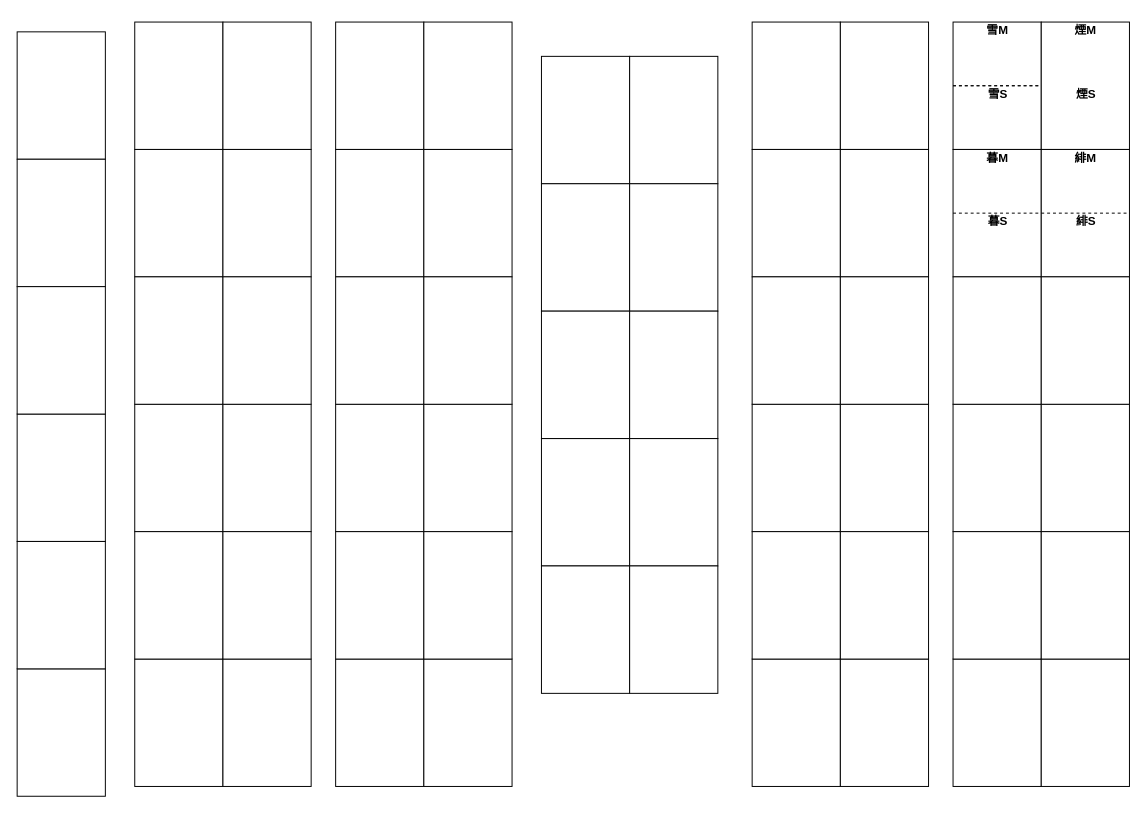
a0917785517/floorplan keeps this draw.io diagram as page "第3頁" (3 of 3) of 8樓倉庫平面圖.drawio. Above is the earlier version. Source tidied: cells renumbered, new cells numbered last; positions are measured from the earlier drawing's top-left corner, leaving out a move shared by most shapes. Both pictures are drawn from the tidied source at 98%, with x=0, y=0 at pixel (-3, 17).
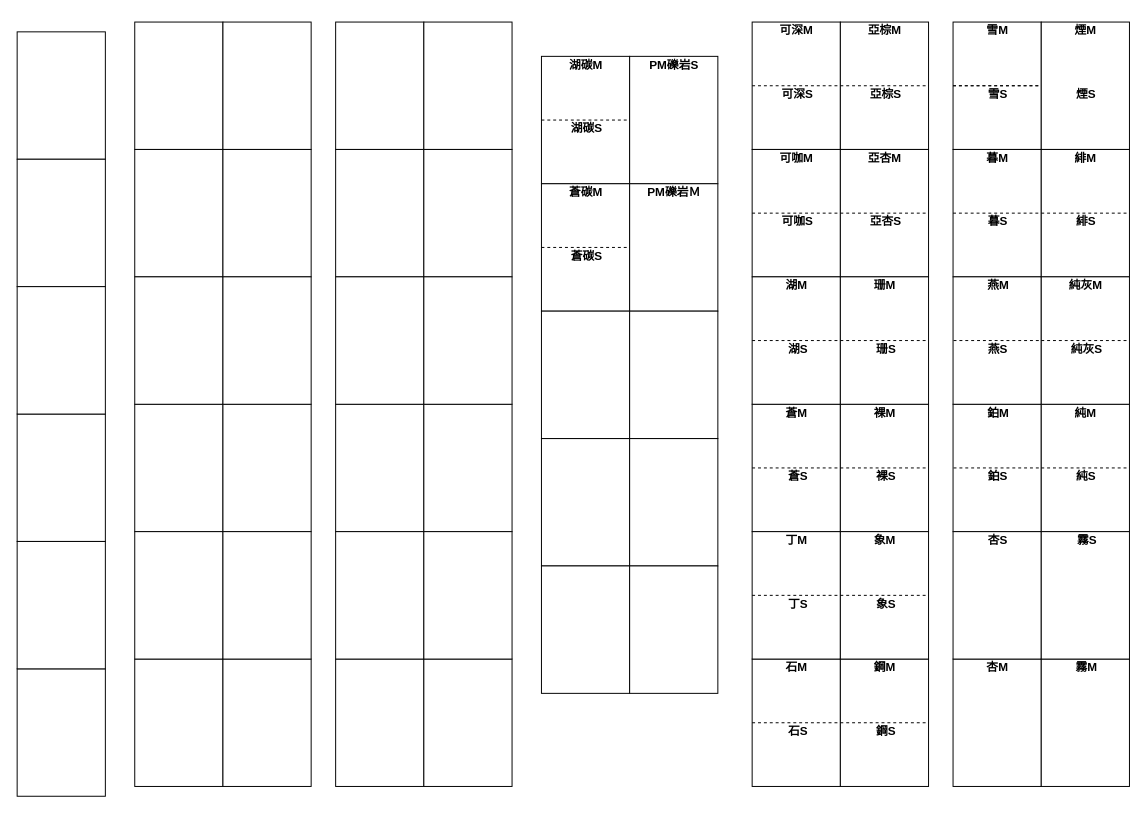
The same diagram, later.

Commit message (it also covers changes not shown here):
8樓倉庫平面圖.drawio

Change to the diagram source:
```diff
@@
+    <mxCell id="78" style="endArrow=none;html=1;rounded=0;entryX=0.5;entryY=1;entryDx=0;entryDy=0;exitX=0.5;exitY=1;exitDx=0;exitDy=0;dashed=1;" parent="1" edge="1">
+      <mxGeometry relative="1" as="geometry">
+        <mxPoint x="1065" y="330" as="sourcePoint" />
+        <mxPoint x="1155" y="330" as="targetPoint" />
+      </mxGeometry>
+    </mxCell>
+    <mxCell id="79" value="&lt;div style=&quot;font-family: &amp;quot;Microsoft JhengHei&amp;quot;;&quot;&gt;&lt;b&gt;純灰M&lt;/b&gt;&lt;/div&gt;" style="text;html=1;whiteSpace=wrap;strokeColor=none;fillColor=none;align=center;verticalAlign=top;rounded=0;" parent="1" vertex="1">
+      <mxGeometry x="1083" y="260" width="55" height="30" as="geometry" />
+    </mxCell>
+    <mxCell id="80" value="&lt;div style=&quot;font-family: &amp;quot;Microsoft JhengHei&amp;quot;;&quot;&gt;&lt;b&gt;純灰S&lt;/b&gt;&lt;/div&gt;" style="text;html=1;whiteSpace=wrap;strokeColor=none;fillColor=none;align=center;verticalAlign=top;rounded=0;" parent="1" vertex="1">
+      <mxGeometry x="1083.5" y="325" width="55" height="30" as="geometry" />
+    </mxCell>
+    <mxCell id="81" style="endArrow=none;html=1;rounded=0;entryX=0.5;entryY=1;entryDx=0;entryDy=0;exitX=0.5;exitY=1;exitDx=0;exitDy=0;dashed=1;" parent="1" edge="1">
+      <mxGeometry relative="1" as="geometry">
+        <mxPoint x="1065" y="460" as="sourcePoint" />
+        <mxPoint x="1155" y="460" as="targetPoint" />
+      </mxGeometry>
+    </mxCell>
+    <mxCell id="82" value="&lt;div style=&quot;font-family: &amp;quot;Microsoft JhengHei&amp;quot;;&quot;&gt;&lt;b&gt;純M&lt;/b&gt;&lt;/div&gt;" style="text;html=1;whiteSpace=wrap;strokeColor=none;fillColor=none;align=center;verticalAlign=top;rounded=0;" parent="1" vertex="1">
+      <mxGeometry x="1088" y="390" width="45" height="30" as="geometry" />
+    </mxCell>
+    <mxCell id="83" value="&lt;div style=&quot;font-family: &amp;quot;Microsoft JhengHei&amp;quot;;&quot;&gt;&lt;b&gt;純S&lt;/b&gt;&lt;/div&gt;" style="text;html=1;whiteSpace=wrap;strokeColor=none;fillColor=none;align=center;verticalAlign=top;rounded=0;" parent="1" vertex="1">
+      <mxGeometry x="1090.5" y="455" width="40" height="30" as="geometry" />
+    </mxCell>
+    <mxCell id="84" value="&lt;div style=&quot;font-family: &amp;quot;Microsoft JhengHei&amp;quot;;&quot;&gt;&lt;b&gt;霧S&lt;/b&gt;&lt;/div&gt;" style="text;html=1;whiteSpace=wrap;strokeColor=none;fillColor=none;align=center;verticalAlign=top;rounded=0;" parent="1" vertex="1">
+      <mxGeometry x="1092" y="520" width="40" height="30" as="geometry" />
+    </mxCell>
+    <mxCell id="85" value="&lt;div style=&quot;font-family: &amp;quot;Microsoft JhengHei&amp;quot;;&quot;&gt;&lt;b&gt;霧M&lt;/b&gt;&lt;/div&gt;" style="text;html=1;whiteSpace=wrap;strokeColor=none;fillColor=none;align=center;verticalAlign=top;rounded=0;" parent="1" vertex="1">
+      <mxGeometry x="1089" y="650" width="45" height="30" as="geometry" />
+    </mxCell>
+    <mxCell id="86" value="&lt;div style=&quot;font-family: &amp;quot;Microsoft JhengHei&amp;quot;;&quot;&gt;&lt;b&gt;燕S&lt;/b&gt;&lt;/div&gt;" style="text;html=1;whiteSpace=wrap;strokeColor=none;fillColor=none;align=center;verticalAlign=top;rounded=0;" parent="1" vertex="1">
+      <mxGeometry x="1001" y="325" width="40" height="30" as="geometry" />
+    </mxCell>
+    <mxCell id="87" value="&lt;div style=&quot;font-family: &amp;quot;Microsoft JhengHei&amp;quot;;&quot;&gt;&lt;b&gt;燕M&lt;/b&gt;&lt;/div&gt;" style="text;html=1;whiteSpace=wrap;strokeColor=none;fillColor=none;align=center;verticalAlign=top;rounded=0;" parent="1" vertex="1">
+      <mxGeometry x="998.5" y="260" width="45" height="30" as="geometry" />
+    </mxCell>
+    <mxCell id="88" style="endArrow=none;html=1;rounded=0;entryX=0.5;entryY=1;entryDx=0;entryDy=0;exitX=0.5;exitY=1;exitDx=0;exitDy=0;dashed=1;" parent="1" edge="1">
+      <mxGeometry relative="1" as="geometry">
+        <mxPoint x="975.5" y="330" as="sourcePoint" />
+        <mxPoint x="1065.5" y="330" as="targetPoint" />
+      </mxGeometry>
+    </mxCell>
+    <mxCell id="89" value="&lt;div style=&quot;font-family: &amp;quot;Microsoft JhengHei&amp;quot;;&quot;&gt;&lt;b&gt;鉑M&lt;/b&gt;&lt;/div&gt;" style="text;html=1;whiteSpace=wrap;strokeColor=none;fillColor=none;align=center;verticalAlign=top;rounded=0;" parent="1" vertex="1">
+      <mxGeometry x="998.5" y="390" width="45" height="30" as="geometry" />
+    </mxCell>
+    <mxCell id="90" style="endArrow=none;html=1;rounded=0;entryX=0.5;entryY=1;entryDx=0;entryDy=0;exitX=0.5;exitY=1;exitDx=0;exitDy=0;dashed=1;" parent="1" edge="1">
+      <mxGeometry relative="1" as="geometry">
+        <mxPoint x="975.5" y="460" as="sourcePoint" />
+        <mxPoint x="1065.5" y="460" as="targetPoint" />
+      </mxGeometry>
+    </mxCell>
+    <mxCell id="91" value="&lt;div style=&quot;font-family: &amp;quot;Microsoft JhengHei&amp;quot;;&quot;&gt;&lt;b&gt;鉑S&lt;/b&gt;&lt;/div&gt;" style="text;html=1;whiteSpace=wrap;strokeColor=none;fillColor=none;align=center;verticalAlign=top;rounded=0;" parent="1" vertex="1">
+      <mxGeometry x="1001" y="455" width="40" height="30" as="geometry" />
+    </mxCell>
+    <mxCell id="92" value="&lt;div style=&quot;font-family: &amp;quot;Microsoft JhengHei&amp;quot;;&quot;&gt;&lt;b&gt;杏M&lt;/b&gt;&lt;/div&gt;" style="text;html=1;whiteSpace=wrap;strokeColor=none;fillColor=none;align=center;verticalAlign=top;rounded=0;" parent="1" vertex="1">
+      <mxGeometry x="997.5" y="650" width="45" height="30" as="geometry" />
+    </mxCell>
+    <mxCell id="93" value="&lt;div style=&quot;font-family: &amp;quot;Microsoft JhengHei&amp;quot;;&quot;&gt;&lt;b&gt;杏S&lt;/b&gt;&lt;/div&gt;" style="text;html=1;whiteSpace=wrap;strokeColor=none;fillColor=none;align=center;verticalAlign=top;rounded=0;" parent="1" vertex="1">
+      <mxGeometry x="1000.5" y="520" width="40" height="30" as="geometry" />
+    </mxCell>
+    <mxCell id="94" value="&lt;div style=&quot;font-family: &amp;quot;Microsoft JhengHei&amp;quot;;&quot;&gt;&lt;b&gt;可深M&lt;/b&gt;&lt;/div&gt;" style="text;html=1;whiteSpace=wrap;strokeColor=none;fillColor=none;align=center;verticalAlign=top;rounded=0;" parent="1" vertex="1">
+      <mxGeometry x="788" width="55" height="30" as="geometry" />
+    </mxCell>
+    <mxCell id="95" value="&lt;div style=&quot;font-family: &amp;quot;Microsoft JhengHei&amp;quot;;&quot;&gt;&lt;b&gt;亞棕M&lt;/b&gt;&lt;/div&gt;" style="text;html=1;whiteSpace=wrap;strokeColor=none;fillColor=none;align=center;verticalAlign=top;rounded=0;" parent="1" vertex="1">
+      <mxGeometry x="878" width="55" height="30" as="geometry" />
+    </mxCell>
+    <mxCell id="96" style="endArrow=none;html=1;rounded=0;entryX=0.5;entryY=1;entryDx=0;entryDy=0;exitX=0.5;exitY=1;exitDx=0;exitDy=0;dashed=1;" parent="1" edge="1">
+      <mxGeometry relative="1" as="geometry">
+        <mxPoint x="860" y="70" as="sourcePoint" />
+        <mxPoint x="950" y="70" as="targetPoint" />
+      </mxGeometry>
+    </mxCell>
+    <mxCell id="97" style="endArrow=none;html=1;rounded=0;entryX=0.5;entryY=1;entryDx=0;entryDy=0;exitX=0.5;exitY=1;exitDx=0;exitDy=0;dashed=1;" parent="1" edge="1">
+      <mxGeometry relative="1" as="geometry">
+        <mxPoint x="770" y="70" as="sourcePoint" />
+        <mxPoint x="860" y="70" as="targetPoint" />
+      </mxGeometry>
+    </mxCell>
+    <mxCell id="98" value="&lt;div style=&quot;font-family: &amp;quot;Microsoft JhengHei&amp;quot;;&quot;&gt;&lt;b&gt;可深S&lt;/b&gt;&lt;/div&gt;" style="text;html=1;whiteSpace=wrap;strokeColor=none;fillColor=none;align=center;verticalAlign=top;rounded=0;" parent="1" vertex="1">
+      <mxGeometry x="788.5" y="65" width="55" height="30" as="geometry" />
+    </mxCell>
+    <mxCell id="99" value="&lt;div style=&quot;font-family: &amp;quot;Microsoft JhengHei&amp;quot;;&quot;&gt;&lt;b&gt;亞棕S&lt;/b&gt;&lt;/div&gt;" style="text;html=1;whiteSpace=wrap;strokeColor=none;fillColor=none;align=center;verticalAlign=top;rounded=0;" parent="1" vertex="1">
+      <mxGeometry x="878.5" y="65" width="55" height="30" as="geometry" />
+    </mxCell>
+    <mxCell id="100" value="&lt;div style=&quot;font-family: &amp;quot;Microsoft JhengHei&amp;quot;;&quot;&gt;&lt;b&gt;亞杏&lt;/b&gt;&lt;b&gt;S&lt;/b&gt;&lt;/div&gt;" style="text;html=1;whiteSpace=wrap;strokeColor=none;fillColor=none;align=center;verticalAlign=top;rounded=0;" parent="1" vertex="1">
+      <mxGeometry x="878.5" y="195" width="55" height="30" as="geometry" />
+    </mxCell>
+    <mxCell id="101" value="&lt;div style=&quot;font-family: &amp;quot;Microsoft JhengHei&amp;quot;;&quot;&gt;&lt;b&gt;亞杏M&lt;/b&gt;&lt;/div&gt;" style="text;html=1;whiteSpace=wrap;strokeColor=none;fillColor=none;align=center;verticalAlign=top;rounded=0;" parent="1" vertex="1">
+      <mxGeometry x="878" y="130" width="55" height="30" as="geometry" />
+    </mxCell>
+    <mxCell id="102" style="endArrow=none;html=1;rounded=0;entryX=0.5;entryY=1;entryDx=0;entryDy=0;exitX=0.5;exitY=1;exitDx=0;exitDy=0;dashed=1;" parent="1" edge="1">
+      <mxGeometry relative="1" as="geometry">
+        <mxPoint x="860" y="200" as="sourcePoint" />
+        <mxPoint x="950" y="200" as="targetPoint" />
+      </mxGeometry>
+    </mxCell>
+    <mxCell id="103" value="&lt;div style=&quot;font-family: &amp;quot;Microsoft JhengHei&amp;quot;;&quot;&gt;&lt;b&gt;可咖M&lt;/b&gt;&lt;/div&gt;" style="text;html=1;whiteSpace=wrap;strokeColor=none;fillColor=none;align=center;verticalAlign=top;rounded=0;" parent="1" vertex="1">
+      <mxGeometry x="788" y="130" width="55" height="30" as="geometry" />
+    </mxCell>
+    <mxCell id="104" value="&lt;div style=&quot;font-family: &amp;quot;Microsoft JhengHei&amp;quot;;&quot;&gt;&lt;b&gt;可咖&lt;/b&gt;&lt;b&gt;S&lt;/b&gt;&lt;/div&gt;" style="text;html=1;whiteSpace=wrap;strokeColor=none;fillColor=none;align=center;verticalAlign=top;rounded=0;" parent="1" vertex="1">
+      <mxGeometry x="788.5" y="195" width="55" height="30" as="geometry" />
+    </mxCell>
+    <mxCell id="105" style="endArrow=none;html=1;rounded=0;entryX=0.5;entryY=1;entryDx=0;entryDy=0;exitX=0.5;exitY=1;exitDx=0;exitDy=0;dashed=1;" parent="1" edge="1">
+      <mxGeometry relative="1" as="geometry">
+        <mxPoint x="770" y="200" as="sourcePoint" />
+        <mxPoint x="860" y="200" as="targetPoint" />
+      </mxGeometry>
+    </mxCell>
+    <mxCell id="106" value="&lt;div style=&quot;font-family: &amp;quot;Microsoft JhengHei&amp;quot;;&quot;&gt;&lt;b&gt;珊M&lt;/b&gt;&lt;/div&gt;" style="text;html=1;whiteSpace=wrap;strokeColor=none;fillColor=none;align=center;verticalAlign=top;rounded=0;" parent="1" vertex="1">
+      <mxGeometry x="883" y="260" width="45" height="30" as="geometry" />
+    </mxCell>
+    <mxCell id="107" value="&lt;div style=&quot;font-family: &amp;quot;Microsoft JhengHei&amp;quot;;&quot;&gt;&lt;b&gt;珊&lt;/b&gt;&lt;b&gt;S&lt;/b&gt;&lt;/div&gt;" style="text;html=1;whiteSpace=wrap;strokeColor=none;fillColor=none;align=center;verticalAlign=top;rounded=0;" parent="1" vertex="1">
+      <mxGeometry x="886.5" y="325" width="40" height="30" as="geometry" />
+    </mxCell>
+    <mxCell id="108" style="endArrow=none;html=1;rounded=0;entryX=0.5;entryY=1;entryDx=0;entryDy=0;exitX=0.5;exitY=1;exitDx=0;exitDy=0;dashed=1;" parent="1" edge="1">
+      <mxGeometry relative="1" as="geometry">
+        <mxPoint x="860" y="330" as="sourcePoint" />
+        <mxPoint x="950" y="330" as="targetPoint" />
+      </mxGeometry>
+    </mxCell>
+    <mxCell id="109" value="&lt;div style=&quot;font-family: &amp;quot;Microsoft JhengHei&amp;quot;;&quot;&gt;&lt;b&gt;湖M&lt;/b&gt;&lt;/div&gt;" style="text;html=1;whiteSpace=wrap;strokeColor=none;fillColor=none;align=center;verticalAlign=top;rounded=0;" parent="1" vertex="1">
+      <mxGeometry x="793" y="260" width="45" height="30" as="geometry" />
+    </mxCell>
+    <mxCell id="110" style="endArrow=none;html=1;rounded=0;entryX=0.5;entryY=1;entryDx=0;entryDy=0;exitX=0.5;exitY=1;exitDx=0;exitDy=0;dashed=1;" parent="1" edge="1">
+      <mxGeometry relative="1" as="geometry">
+        <mxPoint x="770" y="330" as="sourcePoint" />
+        <mxPoint x="860" y="330" as="targetPoint" />
+      </mxGeometry>
+    </mxCell>
+    <mxCell id="111" value="&lt;div style=&quot;font-family: &amp;quot;Microsoft JhengHei&amp;quot;;&quot;&gt;&lt;b&gt;湖&lt;/b&gt;&lt;b&gt;S&lt;/b&gt;&lt;/div&gt;" style="text;html=1;whiteSpace=wrap;strokeColor=none;fillColor=none;align=center;verticalAlign=top;rounded=0;" parent="1" vertex="1">
+      <mxGeometry x="796.5" y="325" width="40" height="30" as="geometry" />
+    </mxCell>
+    <mxCell id="112" value="&lt;div style=&quot;font-family: &amp;quot;Microsoft JhengHei&amp;quot;;&quot;&gt;&lt;b&gt;裸M&lt;/b&gt;&lt;/div&gt;" style="text;html=1;whiteSpace=wrap;strokeColor=none;fillColor=none;align=center;verticalAlign=top;rounded=0;" parent="1" vertex="1">
+      <mxGeometry x="883" y="390" width="45" height="30" as="geometry" />
+    </mxCell>
+    <mxCell id="113" style="endArrow=none;html=1;rounded=0;entryX=0.5;entryY=1;entryDx=0;entryDy=0;exitX=0.5;exitY=1;exitDx=0;exitDy=0;dashed=1;" parent="1" edge="1">
+      <mxGeometry relative="1" as="geometry">
+        <mxPoint x="860" y="460" as="sourcePoint" />
+        <mxPoint x="950" y="460" as="targetPoint" />
+      </mxGeometry>
+    </mxCell>
+    <mxCell id="114" value="&lt;div style=&quot;font-family: &amp;quot;Microsoft JhengHei&amp;quot;;&quot;&gt;&lt;b&gt;裸S&lt;/b&gt;&lt;/div&gt;" style="text;html=1;whiteSpace=wrap;strokeColor=none;fillColor=none;align=center;verticalAlign=top;rounded=0;" parent="1" vertex="1">
+      <mxGeometry x="886.5" y="455" width="40" height="30" as="geometry" />
+    </mxCell>
+    <mxCell id="115" value="&lt;div style=&quot;font-family: &amp;quot;Microsoft JhengHei&amp;quot;;&quot;&gt;&lt;b&gt;蒼M&lt;/b&gt;&lt;/div&gt;" style="text;html=1;whiteSpace=wrap;strokeColor=none;fillColor=none;align=center;verticalAlign=top;rounded=0;" parent="1" vertex="1">
+      <mxGeometry x="793" y="390" width="45" height="30" as="geometry" />
+    </mxCell>
+    <mxCell id="116" style="endArrow=none;html=1;rounded=0;entryX=0.5;entryY=1;entryDx=0;entryDy=0;exitX=0.5;exitY=1;exitDx=0;exitDy=0;dashed=1;" parent="1" edge="1">
+      <mxGeometry relative="1" as="geometry">
+        <mxPoint x="770" y="460" as="sourcePoint" />
+        <mxPoint x="860" y="460" as="targetPoint" />
+      </mxGeometry>
+    </mxCell>
+    <mxCell id="117" value="&lt;div style=&quot;font-family: &amp;quot;Microsoft JhengHei&amp;quot;;&quot;&gt;&lt;b&gt;蒼S&lt;/b&gt;&lt;/div&gt;" style="text;html=1;whiteSpace=wrap;strokeColor=none;fillColor=none;align=center;verticalAlign=top;rounded=0;" parent="1" vertex="1">
+      <mxGeometry x="796.5" y="455" width="40" height="30" as="geometry" />
+    </mxCell>
+    <mxCell id="118" value="&lt;div style=&quot;font-family: &amp;quot;Microsoft JhengHei&amp;quot;;&quot;&gt;&lt;b&gt;丁M&lt;/b&gt;&lt;/div&gt;" style="text;html=1;whiteSpace=wrap;strokeColor=none;fillColor=none;align=center;verticalAlign=top;rounded=0;" parent="1" vertex="1">
+      <mxGeometry x="793" y="520" width="45" height="30" as="geometry" />
+    </mxCell>
+    <mxCell id="119" value="&lt;div style=&quot;font-family: &amp;quot;Microsoft JhengHei&amp;quot;;&quot;&gt;&lt;b&gt;象M&lt;/b&gt;&lt;/div&gt;" style="text;html=1;whiteSpace=wrap;strokeColor=none;fillColor=none;align=center;verticalAlign=top;rounded=0;" parent="1" vertex="1">
+      <mxGeometry x="883" y="520" width="45" height="30" as="geometry" />
+    </mxCell>
+    <mxCell id="120" style="endArrow=none;html=1;rounded=0;entryX=0.5;entryY=1;entryDx=0;entryDy=0;exitX=0.5;exitY=1;exitDx=0;exitDy=0;dashed=1;" parent="1" edge="1">
+      <mxGeometry relative="1" as="geometry">
+        <mxPoint x="860" y="590" as="sourcePoint" />
+        <mxPoint x="950" y="590" as="targetPoint" />
+      </mxGeometry>
+    </mxCell>
+    <mxCell id="121" style="endArrow=none;html=1;rounded=0;entryX=0.5;entryY=1;entryDx=0;entryDy=0;exitX=0.5;exitY=1;exitDx=0;exitDy=0;dashed=1;" parent="1" edge="1">
+      <mxGeometry relative="1" as="geometry">
+        <mxPoint x="770" y="590" as="sourcePoint" />
+        <mxPoint x="860" y="590" as="targetPoint" />
+      </mxGeometry>
+    </mxCell>
+    <mxCell id="122" value="&lt;div style=&quot;font-family: &amp;quot;Microsoft JhengHei&amp;quot;;&quot;&gt;&lt;b&gt;丁S&lt;/b&gt;&lt;/div&gt;" style="text;html=1;whiteSpace=wrap;strokeColor=none;fillColor=none;align=center;verticalAlign=top;rounded=0;" parent="1" vertex="1">
+      <mxGeometry x="796.5" y="585" width="40" height="30" as="geometry" />
+    </mxCell>
+    <mxCell id="123" value="&lt;div style=&quot;font-family: &amp;quot;Microsoft JhengHei&amp;quot;;&quot;&gt;&lt;b&gt;象S&lt;/b&gt;&lt;/div&gt;" style="text;html=1;whiteSpace=wrap;strokeColor=none;fillColor=none;align=center;verticalAlign=top;rounded=0;" parent="1" vertex="1">
+      <mxGeometry x="886.5" y="585" width="40" height="30" as="geometry" />
+    </mxCell>
+    <mxCell id="124" value="&lt;div style=&quot;font-family: &amp;quot;Microsoft JhengHei&amp;quot;;&quot;&gt;&lt;b&gt;鋼M&lt;/b&gt;&lt;/div&gt;" style="text;html=1;whiteSpace=wrap;strokeColor=none;fillColor=none;align=center;verticalAlign=top;rounded=0;" parent="1" vertex="1">
+      <mxGeometry x="883" y="650" width="45" height="30" as="geometry" />
+    </mxCell>
+    <mxCell id="125" value="&lt;div style=&quot;font-family: &amp;quot;Microsoft JhengHei&amp;quot;;&quot;&gt;&lt;b&gt;石M&lt;/b&gt;&lt;/div&gt;" style="text;html=1;whiteSpace=wrap;strokeColor=none;fillColor=none;align=center;verticalAlign=top;rounded=0;" parent="1" vertex="1">
+      <mxGeometry x="793" y="650" width="45" height="30" as="geometry" />
+    </mxCell>
+    <mxCell id="126" value="&lt;div style=&quot;font-family: &amp;quot;Microsoft JhengHei&amp;quot;;&quot;&gt;&lt;b&gt;鋼S&lt;/b&gt;&lt;/div&gt;" style="text;html=1;whiteSpace=wrap;strokeColor=none;fillColor=none;align=center;verticalAlign=top;rounded=0;" parent="1" vertex="1">
+      <mxGeometry x="886.5" y="715" width="40" height="30" as="geometry" />
+    </mxCell>
+    <mxCell id="127" value="&lt;div style=&quot;font-family: &amp;quot;Microsoft JhengHei&amp;quot;;&quot;&gt;&lt;b&gt;石S&lt;/b&gt;&lt;/div&gt;" style="text;html=1;whiteSpace=wrap;strokeColor=none;fillColor=none;align=center;verticalAlign=top;rounded=0;" parent="1" vertex="1">
+      <mxGeometry x="796.5" y="715" width="40" height="30" as="geometry" />
+    </mxCell>
+    <mxCell id="128" style="endArrow=none;html=1;rounded=0;entryX=0.5;entryY=1;entryDx=0;entryDy=0;exitX=0.5;exitY=1;exitDx=0;exitDy=0;dashed=1;" parent="1" edge="1">
+      <mxGeometry relative="1" as="geometry">
+        <mxPoint x="770" y="720" as="sourcePoint" />
+        <mxPoint x="860" y="720" as="targetPoint" />
+      </mxGeometry>
+    </mxCell>
+    <mxCell id="129" style="endArrow=none;html=1;rounded=0;entryX=0.5;entryY=1;entryDx=0;entryDy=0;exitX=0.5;exitY=1;exitDx=0;exitDy=0;dashed=1;" parent="1" edge="1">
+      <mxGeometry relative="1" as="geometry">
+        <mxPoint x="860" y="720" as="sourcePoint" />
+        <mxPoint x="950" y="720" as="targetPoint" />
+      </mxGeometry>
+    </mxCell>
+    <mxCell id="130" value="&lt;div style=&quot;font-family: &amp;quot;Microsoft JhengHei&amp;quot;;&quot;&gt;&lt;b&gt;湖碳M&lt;/b&gt;&lt;/div&gt;" style="text;html=1;whiteSpace=wrap;strokeColor=none;fillColor=none;align=center;verticalAlign=top;rounded=0;" parent="1" vertex="1">
+      <mxGeometry x="573" y="35" width="55" height="30" as="geometry" />
+    </mxCell>
+    <mxCell id="131" value="&lt;div style=&quot;font-family: &amp;quot;Microsoft JhengHei&amp;quot;;&quot;&gt;&lt;b&gt;PM礫岩S&lt;/b&gt;&lt;/div&gt;" style="text;html=1;whiteSpace=wrap;strokeColor=none;fillColor=none;align=center;verticalAlign=top;rounded=0;" parent="1" vertex="1">
+      <mxGeometry x="653" y="35" width="75" height="30" as="geometry" />
+    </mxCell>
+    <mxCell id="132" style="endArrow=none;html=1;rounded=0;entryX=0.5;entryY=1;entryDx=0;entryDy=0;exitX=0.5;exitY=1;exitDx=0;exitDy=0;dashed=1;" parent="1" edge="1">
+      <mxGeometry relative="1" as="geometry">
+        <mxPoint x="555" y="105" as="sourcePoint" />
+        <mxPoint x="645" y="105" as="targetPoint" />
+      </mxGeometry>
+    </mxCell>
+    <mxCell id="133" value="&lt;div style=&quot;font-family: &amp;quot;Microsoft JhengHei&amp;quot;;&quot;&gt;&lt;b&gt;湖碳S&lt;/b&gt;&lt;/div&gt;" style="text;html=1;whiteSpace=wrap;strokeColor=none;fillColor=none;align=center;verticalAlign=top;rounded=0;" parent="1" vertex="1">
+      <mxGeometry x="573.5" y="100" width="55" height="30" as="geometry" />
+    </mxCell>
+    <mxCell id="134" value="&lt;div style=&quot;font-family: &amp;quot;Microsoft JhengHei&amp;quot;;&quot;&gt;&lt;b&gt;PM礫岩Ｍ&lt;/b&gt;&lt;/div&gt;" style="text;html=1;whiteSpace=wrap;strokeColor=none;fillColor=none;align=center;verticalAlign=top;rounded=0;" parent="1" vertex="1">
+      <mxGeometry x="653" y="165" width="75" height="30" as="geometry" />
+    </mxCell>
+    <mxCell id="135" value="&lt;div style=&quot;font-family: &amp;quot;Microsoft JhengHei&amp;quot;;&quot;&gt;&lt;b&gt;蒼碳M&lt;/b&gt;&lt;/div&gt;" style="text;html=1;whiteSpace=wrap;strokeColor=none;fillColor=none;align=center;verticalAlign=top;rounded=0;" parent="1" vertex="1">
+      <mxGeometry x="573" y="165" width="55" height="30" as="geometry" />
+    </mxCell>
+    <mxCell id="136" style="endArrow=none;html=1;rounded=0;entryX=0.5;entryY=1;entryDx=0;entryDy=0;exitX=0.5;exitY=1;exitDx=0;exitDy=0;dashed=1;" parent="1" edge="1">
+      <mxGeometry relative="1" as="geometry">
+        <mxPoint x="555" y="235" as="sourcePoint" />
+        <mxPoint x="645" y="235" as="targetPoint" />
+      </mxGeometry>
+    </mxCell>
+    <mxCell id="137" value="&lt;div style=&quot;font-family: &amp;quot;Microsoft JhengHei&amp;quot;;&quot;&gt;&lt;b&gt;蒼碳S&lt;/b&gt;&lt;/div&gt;" style="text;html=1;whiteSpace=wrap;strokeColor=none;fillColor=none;align=center;verticalAlign=top;rounded=0;" parent="1" vertex="1">
+      <mxGeometry x="573.5" y="230" width="55" height="30" as="geometry" />
+    </mxCell>
```
